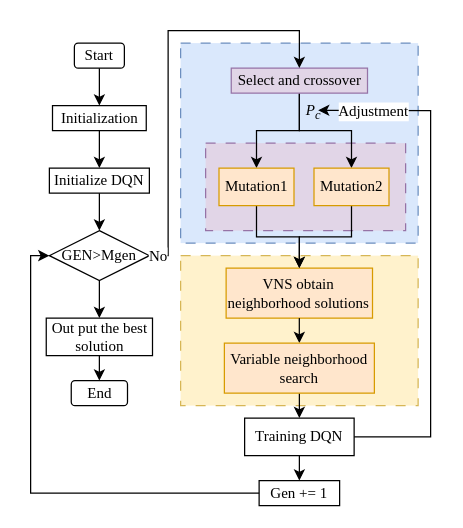
Above: Framwork2.drawio in aslongaslihappy/algorithm (draw.io), before the change. Source tidied: cells renumbered, new cells numbered last; positions are measured from the earlier drawing's top-left corner, leaving out a move shared by most shapes. Both pictures are drawn from the tidied source at 125%, with x=0, y=0 at pixel (30, 30).
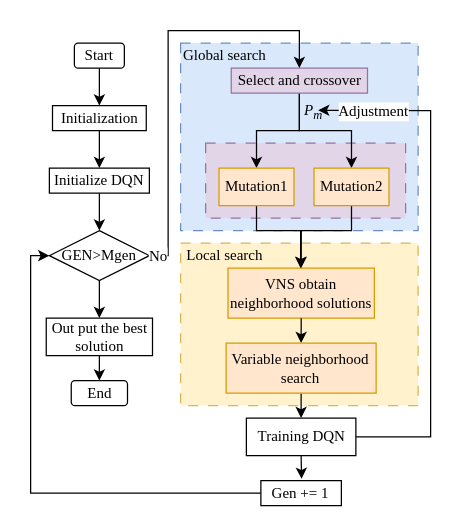
The same diagram, later.

The change refers to these unchanged cells:
```xml
<mxCell id="6" value="GEN&amp;gt;Mgen" style="rhombus;whiteSpace=wrap;html=1;fontFamily=Times New Roman;fontSize=12;" parent="1" vertex="1">
  <mxGeometry x="15" y="160" width="80" height="40" as="geometry" />
</mxCell>
<mxCell id="10" value="Select and&amp;nbsp;crossover" style="rounded=0;whiteSpace=wrap;html=1;fontFamily=Times New Roman;fontSize=12;fillColor=#e1d5e7;strokeColor=#9673a6;" parent="1" vertex="1">
  <mxGeometry x="160.5" y="30" width="109" height="20" as="geometry" />
</mxCell>
<mxCell id="31" value="Mutation1" style="rounded=0;whiteSpace=wrap;html=1;fontFamily=Times New Roman;fontSize=12;fillColor=#ffe6cc;strokeColor=#d79b00;" parent="1" vertex="1">
  <mxGeometry x="150.7" y="110" width="60" height="30" as="geometry" />
</mxCell>
<mxCell id="33" value="Mutation2" style="rounded=0;whiteSpace=wrap;html=1;fontFamily=Times New Roman;fontSize=12;fillColor=#ffe6cc;strokeColor=#d79b00;" parent="1" vertex="1">
  <mxGeometry x="226.7" y="110" width="60" height="30" as="geometry" />
</mxCell>
```

The edit, as a diff of the source:
```diff
@@
     <mxCell id="2" style="rounded=0;whiteSpace=wrap;html=1;dashed=1;dashPattern=8 8;fontFamily=Times New Roman;fillColor=#dae8fc;strokeColor=#6c8ebf;fontSize=12;" parent="1" vertex="1">
-      <mxGeometry x="120" y="10" width="190" height="160" as="geometry" />
+      <mxGeometry x="120" y="10" width="190" height="150" as="geometry" />
     </mxCell>
@@
     <mxCell id="7" style="rounded=0;whiteSpace=wrap;html=1;dashed=1;dashPattern=8 8;fontFamily=Times New Roman;fillColor=#e1d5e7;strokeColor=#9673a6;fontSize=12;" parent="1" vertex="1">
-      <mxGeometry x="140" y="90" width="160" height="70" as="geometry" />
+      <mxGeometry x="140" y="90" width="160" height="60" as="geometry" />
     </mxCell>
-    <mxCell id="8" style="edgeStyle=orthogonalEdgeStyle;rounded=0;jettySize=auto;html=1;exitX=0.5;exitY=1;exitDx=0;exitDy=0;entryX=0.5;entryY=0;entryDx=0;entryDy=0;" parent="1" edge="1" source="10" target="31">
+    <mxCell id="8" style="edgeStyle=orthogonalEdgeStyle;rounded=0;jettySize=auto;html=1;exitX=0.5;exitY=1;exitDx=0;exitDy=0;entryX=0.5;entryY=0;entryDx=0;entryDy=0;fontFamily=Times New Roman;" parent="1" edge="1" source="10" target="31">
       <mxGeometry relative="1" as="geometry" />
     </mxCell>
-    <mxCell id="9" style="edgeStyle=orthogonalEdgeStyle;rounded=0;jettySize=auto;html=1;exitX=0.5;exitY=1;exitDx=0;exitDy=0;entryX=0.5;entryY=0;entryDx=0;entryDy=0;" parent="1" edge="1" source="10" target="33">
+    <mxCell id="9" style="edgeStyle=orthogonalEdgeStyle;rounded=0;jettySize=auto;html=1;exitX=0.5;exitY=1;exitDx=0;exitDy=0;entryX=0.5;entryY=0;entryDx=0;entryDy=0;fontFamily=Times New Roman;" parent="1" edge="1" source="10" target="33">
       <mxGeometry relative="1" as="geometry" />
     </mxCell>
@@
-    <mxCell id="11" value="P&lt;sub&gt;c&lt;/sub&gt;" style="text;html=1;align=center;verticalAlign=middle;strokeColor=none;fillColor=none;fontFamily=Times New Roman;fontStyle=2;fontSize=12;" parent="1" vertex="1">
-      <mxGeometry x="210.7" y="50" width="30" height="30" as="geometry" />
+    <mxCell id="11" value="P&lt;sub&gt;m&lt;/sub&gt;" style="text;html=1;align=center;verticalAlign=middle;strokeColor=none;fillColor=none;fontFamily=Times New Roman;fontStyle=2;fontSize=12;" parent="1" vertex="1">
+      <mxGeometry x="205.7" y="50" width="40" height="30" as="geometry" />
     </mxCell>
     <mxCell id="12" style="rounded=0;whiteSpace=wrap;html=1;dashed=1;dashPattern=8 8;fontFamily=Times New Roman;fillColor=#fff2cc;strokeColor=#d6b656;fontSize=12;" parent="1" vertex="1">
-      <mxGeometry x="120" y="180" width="190" height="120" as="geometry" />
+      <mxGeometry x="120" y="170" width="190" height="130" as="geometry" />
     </mxCell>
@@
     <mxCell id="18" value="&lt;font&gt;VNS obtain neighborhood solutions&lt;/font&gt;" style="rounded=0;whiteSpace=wrap;html=1;fontFamily=Times New Roman;fontSize=12;fillColor=#ffe6cc;strokeColor=#d79b00;" parent="1" vertex="1">
-      <mxGeometry x="156.4" y="190" width="117.1" height="40" as="geometry" />
+      <mxGeometry x="157.9" y="190" width="117.1" height="40" as="geometry" />
     </mxCell>
@@
     <mxCell id="20" value="Gen += 1" style="rounded=0;whiteSpace=wrap;html=1;fontFamily=Times New Roman;fontSize=12;" parent="1" vertex="1">
-      <mxGeometry x="182.8" y="360" width="64.4" height="20" as="geometry" />
+      <mxGeometry x="184.2" y="360" width="64.4" height="20" as="geometry" />
     </mxCell>
-    <mxCell id="21" style="endArrow=classic;html=1;rounded=0;entryX=0;entryY=0.5;entryDx=0;entryDy=0;exitX=0;exitY=0.5;exitDx=0;exitDy=0;fontFamily=Times New Roman;fontSize=12;" parent="1" edge="1" source="20" target="6">
+    <mxCell id="21" style="endArrow=classic;html=1;rounded=0;entryX=0;entryY=0.5;entryDx=0;entryDy=0;fontFamily=Times New Roman;fontSize=12;exitX=0;exitY=0.5;exitDx=0;exitDy=0;" parent="1" edge="1" source="20" target="6">
       <mxGeometry relative="1" as="geometry">
         <Array as="points">
           <mxPoint y="370" />
           <mxPoint y="180" />
         </Array>
       </mxGeometry>
     </mxCell>
@@
     <mxCell id="26" value="Training DQN" style="rounded=0;whiteSpace=wrap;html=1;fontFamily=Times New Roman;fontSize=12;" parent="1" vertex="1">
-      <mxGeometry x="171.2" y="310" width="87.6" height="30" as="geometry" />
+      <mxGeometry x="172.6" y="310" width="87.6" height="30" as="geometry" />
     </mxCell>
-    <mxCell id="27" style="endArrow=classic;html=1;rounded=0;exitX=0.5;exitY=1;exitDx=0;exitDy=0;entryX=0.5;entryY=0;entryDx=0;entryDy=0;fontFamily=Times New Roman;fontSize=12;" parent="1" edge="1" source="26" target="20">
-      <mxGeometry relative="1" as="geometry" />
-    </mxCell>
@@
-    <mxCell id="30" style="edgeStyle=orthogonalEdgeStyle;rounded=0;jettySize=auto;html=1;exitX=0.5;exitY=1;exitDx=0;exitDy=0;entryX=0.5;entryY=0;entryDx=0;entryDy=0;" parent="1" edge="1" source="31" target="18">
-      <mxGeometry relative="1" as="geometry" />
+    <mxCell id="30" style="edgeStyle=orthogonalEdgeStyle;rounded=0;jettySize=auto;html=1;exitX=0.5;exitY=1;exitDx=0;exitDy=0;entryX=0.5;entryY=0;entryDx=0;entryDy=0;fontFamily=Times New Roman;" parent="1" edge="1" source="31" target="18">
+      <mxGeometry relative="1" as="geometry">
+        <Array as="points">
+          <mxPoint x="181" y="160" />
+          <mxPoint x="216" y="160" />
+        </Array>
+      </mxGeometry>
     </mxCell>
@@
-    <mxCell id="32" style="edgeStyle=orthogonalEdgeStyle;rounded=0;jettySize=auto;html=1;exitX=0.5;exitY=1;exitDx=0;exitDy=0;" parent="1" edge="1" source="33" target="18">
-      <mxGeometry relative="1" as="geometry" />
+    <mxCell id="32" style="edgeStyle=orthogonalEdgeStyle;rounded=0;jettySize=auto;html=1;exitX=0.5;exitY=1;exitDx=0;exitDy=0;fontFamily=Times New Roman;" parent="1" edge="1" source="33" target="18">
+      <mxGeometry relative="1" as="geometry">
+        <Array as="points">
+          <mxPoint x="257" y="160" />
+          <mxPoint x="216" y="160" />
+        </Array>
+      </mxGeometry>
     </mxCell>
@@
     <mxCell id="35" value="Variable neighborhood search" style="rounded=0;whiteSpace=wrap;html=1;fontFamily=Times New Roman;fillColor=#ffe6cc;strokeColor=#d79b00;" parent="1" vertex="1">
-      <mxGeometry x="155" y="250" width="120" height="40" as="geometry" />
+      <mxGeometry x="156.4" y="250" width="120" height="40" as="geometry" />
     </mxCell>
+    <mxCell id="36" value="Global search" style="text;html=1;align=center;verticalAlign=middle;strokeColor=none;fillColor=none;rotation=0;fontFamily=Times New Roman;" parent="1" vertex="1">
+      <mxGeometry x="110" y="5" width="90" height="30" as="geometry" />
+    </mxCell>
+    <mxCell id="37" value="Local search" style="text;html=1;align=center;verticalAlign=middle;strokeColor=none;fillColor=none;fontFamily=Times New Roman;" parent="1" vertex="1">
+      <mxGeometry x="115" y="165" width="80" height="30" as="geometry" />
+    </mxCell>
+    <mxCell id="27" style="edgeStyle=orthogonalEdgeStyle;rounded=0;jettySize=auto;html=1;exitX=0.5;exitY=1;exitDx=0;exitDy=0;entryX=0.506;entryY=-0.071;entryDx=0;entryDy=0;entryPerimeter=0;" parent="1" edge="1" source="26" target="20">
+      <mxGeometry relative="1" as="geometry" />
+    </mxCell>
```
